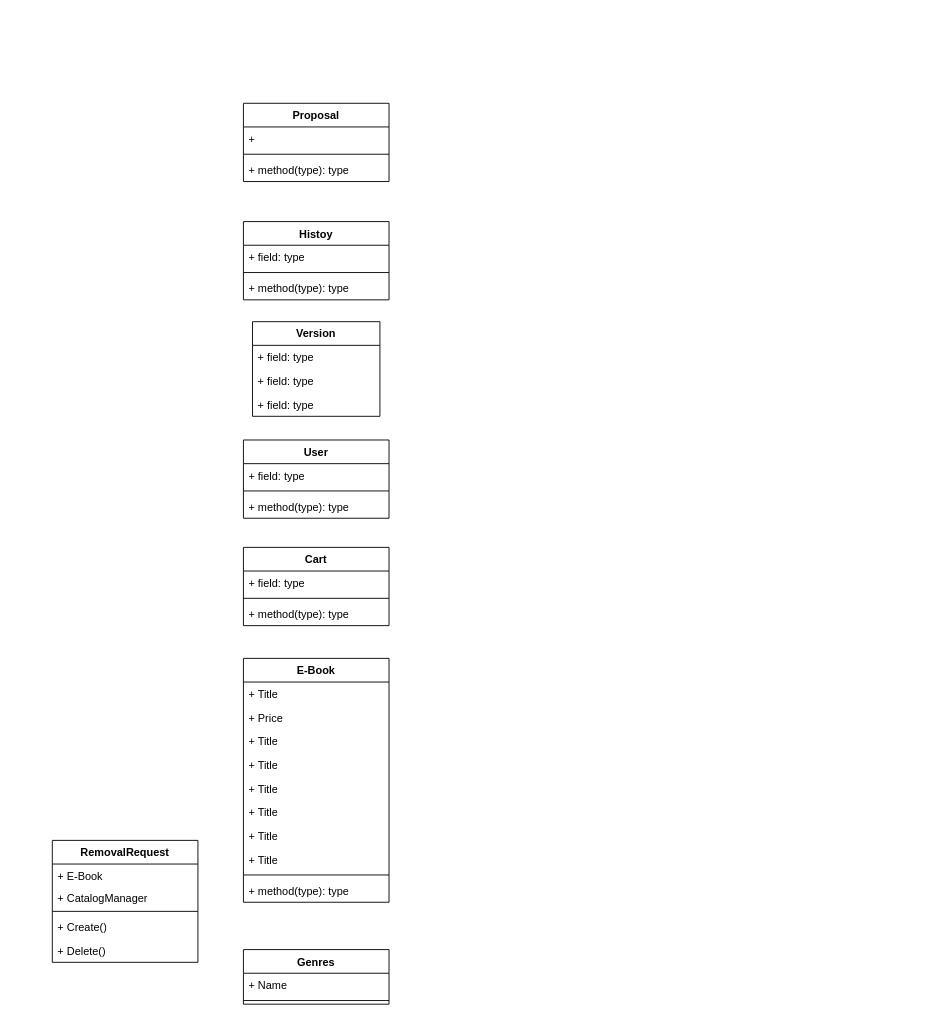
Earlier version of the draw.io diagram Deliverables/ClassDiagram.drawio (Dabi1290/BookVerse). Source tidied: cells renumbered, new cells numbered last; positions are measured from the earlier drawing's top-left corner, leaving out a move shared by most shapes. Both pictures are drawn from the tidied source at 91%, with x=0, y=0 at pixel (52, 103).
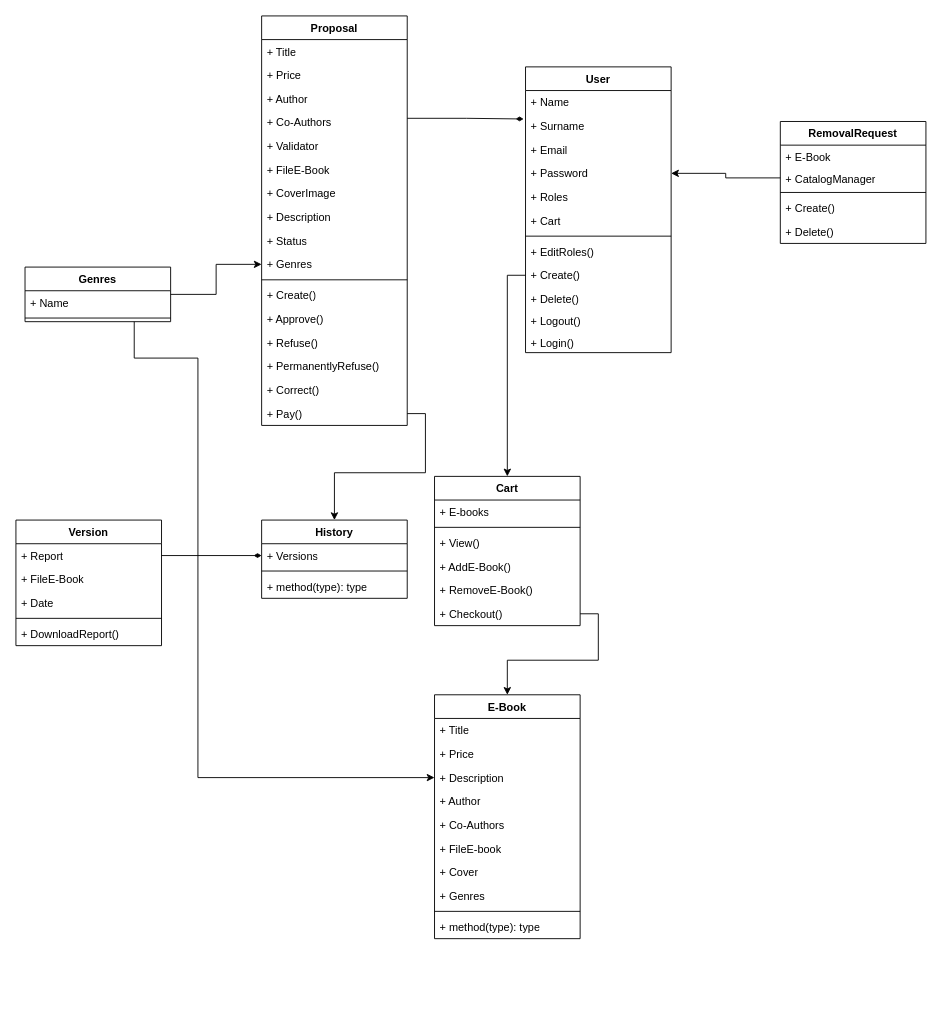
The same page after the edit.

The change refers to these unchanged cells:
```xml
<mxCell id="35" value="+ CatalogManager" style="text;strokeColor=none;fillColor=none;align=left;verticalAlign=top;spacingLeft=4;spacingRight=4;overflow=hidden;points=[[0,0.5],[1,0.5]];portConstraint=eastwest;whiteSpace=wrap;html=1;" parent="33" vertex="1">
  <mxGeometry y="50" width="160" height="24" as="geometry" />
</mxCell>
```

Diff of the diagram source:
```diff
@@
     <mxCell id="2" value="Proposal" style="swimlane;fontStyle=1;align=center;verticalAlign=top;horizontal=1;startSize=26;whiteSpace=wrap;html=1;" parent="1" vertex="1">
-      <mxGeometry x="210" width="160" height="86" as="geometry" />
+      <mxGeometry x="230" y="-96" width="160" height="450" as="geometry" />
     </mxCell>
-    <mxCell id="3" value="+&amp;nbsp;" style="text;strokeColor=none;fillColor=none;align=left;verticalAlign=top;spacingLeft=4;spacingRight=4;overflow=hidden;whiteSpace=wrap;html=1;" parent="2" vertex="1">
+    <mxCell id="3" value="+ Title" style="text;strokeColor=none;fillColor=none;align=left;verticalAlign=top;spacingLeft=4;spacingRight=4;overflow=hidden;whiteSpace=wrap;html=1;" parent="2" vertex="1">
       <mxGeometry y="26" width="160" height="26" as="geometry" />
     </mxCell>
+    <mxCell id="42" value="+ Price" style="text;strokeColor=none;fillColor=none;align=left;verticalAlign=top;spacingLeft=4;spacingRight=4;overflow=hidden;whiteSpace=wrap;html=1;" parent="2" vertex="1">
+      <mxGeometry y="52" width="160" height="26" as="geometry" />
+    </mxCell>
+    <mxCell id="43" value="+ Author" style="text;strokeColor=none;fillColor=none;align=left;verticalAlign=top;spacingLeft=4;spacingRight=4;overflow=hidden;whiteSpace=wrap;html=1;" parent="2" vertex="1">
+      <mxGeometry y="78" width="160" height="26" as="geometry" />
+    </mxCell>
+    <mxCell id="44" value="+ Co-Authors" style="text;strokeColor=none;fillColor=none;align=left;verticalAlign=top;spacingLeft=4;spacingRight=4;overflow=hidden;whiteSpace=wrap;html=1;" parent="2" vertex="1">
+      <mxGeometry y="104" width="160" height="26" as="geometry" />
+    </mxCell>
+    <mxCell id="45" value="+ Validator" style="text;strokeColor=none;fillColor=none;align=left;verticalAlign=top;spacingLeft=4;spacingRight=4;overflow=hidden;whiteSpace=wrap;html=1;" parent="2" vertex="1">
+      <mxGeometry y="130" width="160" height="26" as="geometry" />
+    </mxCell>
+    <mxCell id="46" value="+ FileE-Book" style="text;strokeColor=none;fillColor=none;align=left;verticalAlign=top;spacingLeft=4;spacingRight=4;overflow=hidden;whiteSpace=wrap;html=1;" parent="2" vertex="1">
+      <mxGeometry y="156" width="160" height="26" as="geometry" />
+    </mxCell>
+    <mxCell id="47" value="+ CoverImage" style="text;strokeColor=none;fillColor=none;align=left;verticalAlign=top;spacingLeft=4;spacingRight=4;overflow=hidden;whiteSpace=wrap;html=1;" parent="2" vertex="1">
+      <mxGeometry y="182" width="160" height="26" as="geometry" />
+    </mxCell>
+    <mxCell id="48" value="+ Description" style="text;strokeColor=none;fillColor=none;align=left;verticalAlign=top;spacingLeft=4;spacingRight=4;overflow=hidden;whiteSpace=wrap;html=1;" parent="2" vertex="1">
+      <mxGeometry y="208" width="160" height="26" as="geometry" />
+    </mxCell>
+    <mxCell id="49" value="+ Status" style="text;strokeColor=none;fillColor=none;align=left;verticalAlign=top;spacingLeft=4;spacingRight=4;overflow=hidden;whiteSpace=wrap;html=1;" parent="2" vertex="1">
+      <mxGeometry y="234" width="160" height="26" as="geometry" />
+    </mxCell>
+    <mxCell id="50" value="+ Genres" style="text;strokeColor=none;fillColor=none;align=left;verticalAlign=top;spacingLeft=4;spacingRight=4;overflow=hidden;points=[[0,0.5],[1,0.5]];portConstraint=eastwest;whiteSpace=wrap;html=1;" parent="2" vertex="1">
+      <mxGeometry y="260" width="160" height="26" as="geometry" />
+    </mxCell>
     <mxCell id="4" style="line;strokeWidth=1;fillColor=none;align=left;verticalAlign=middle;spacingTop=-1;spacingLeft=3;spacingRight=3;labelPosition=right;strokeColor=inherit;" parent="2" vertex="1">
-      <mxGeometry y="52" width="160" height="8" as="geometry" />
+      <mxGeometry y="286" width="160" height="8" as="geometry" />
     </mxCell>
-    <mxCell id="5" value="+ method(type): type" style="text;strokeColor=none;fillColor=none;align=left;verticalAlign=top;spacingLeft=4;spacingRight=4;overflow=hidden;whiteSpace=wrap;html=1;" parent="2" vertex="1">
-      <mxGeometry y="60" width="160" height="26" as="geometry" />
-    </mxCell>
+    <mxCell id="51" value="+ Create()" style="text;strokeColor=none;fillColor=none;align=left;verticalAlign=top;spacingLeft=4;spacingRight=4;overflow=hidden;whiteSpace=wrap;html=1;" parent="2" vertex="1">
+      <mxGeometry y="294" width="160" height="26" as="geometry" />
+    </mxCell>
+    <mxCell id="52" value="+ Approve()" style="text;strokeColor=none;fillColor=none;align=left;verticalAlign=top;spacingLeft=4;spacingRight=4;overflow=hidden;whiteSpace=wrap;html=1;" parent="2" vertex="1">
+      <mxGeometry y="320" width="160" height="26" as="geometry" />
+    </mxCell>
+    <mxCell id="53" value="+ Refuse()" style="text;strokeColor=none;fillColor=none;align=left;verticalAlign=top;spacingLeft=4;spacingRight=4;overflow=hidden;whiteSpace=wrap;html=1;" parent="2" vertex="1">
+      <mxGeometry y="346" width="160" height="26" as="geometry" />
+    </mxCell>
+    <mxCell id="54" value="+ PermanentlyRefuse()" style="text;strokeColor=none;fillColor=none;align=left;verticalAlign=top;spacingLeft=4;spacingRight=4;overflow=hidden;whiteSpace=wrap;html=1;" parent="2" vertex="1">
+      <mxGeometry y="372" width="160" height="26" as="geometry" />
+    </mxCell>
+    <mxCell id="55" value="+ Correct()" style="text;strokeColor=none;fillColor=none;align=left;verticalAlign=top;spacingLeft=4;spacingRight=4;overflow=hidden;whiteSpace=wrap;html=1;" parent="2" vertex="1">
+      <mxGeometry y="398" width="160" height="26" as="geometry" />
+    </mxCell>
+    <mxCell id="56" value="+ Pay()" style="text;strokeColor=none;fillColor=none;align=left;verticalAlign=top;spacingLeft=4;spacingRight=4;overflow=hidden;points=[[0,0.5],[1,0.5]];portConstraint=eastwest;whiteSpace=wrap;html=1;" parent="2" vertex="1">
+      <mxGeometry y="424" width="160" height="26" as="geometry" />
+    </mxCell>
-    <mxCell id="6" value="Histoy" style="swimlane;fontStyle=1;align=center;verticalAlign=top;horizontal=1;startSize=26;whiteSpace=wrap;html=1;" parent="1" vertex="1">
-      <mxGeometry x="210" y="130" width="160" height="86" as="geometry" />
+    <mxCell id="6" value="History" style="swimlane;fontStyle=1;align=center;verticalAlign=top;horizontal=1;startSize=26;whiteSpace=wrap;html=1;" parent="1" vertex="1">
+      <mxGeometry x="230" y="458" width="160" height="86" as="geometry" />
     </mxCell>
-    <mxCell id="7" value="+ field: type" style="text;strokeColor=none;fillColor=none;align=left;verticalAlign=top;spacingLeft=4;spacingRight=4;overflow=hidden;points=[[0,0.5],[1,0.5]];portConstraint=eastwest;whiteSpace=wrap;html=1;" parent="6" vertex="1">
+    <mxCell id="7" value="+ Versions" style="text;strokeColor=none;fillColor=none;align=left;verticalAlign=top;spacingLeft=4;spacingRight=4;overflow=hidden;points=[[0,0.5],[1,0.5]];portConstraint=eastwest;whiteSpace=wrap;html=1;" parent="6" vertex="1">
       <mxGeometry y="26" width="160" height="26" as="geometry" />
     </mxCell>
@@
-    <mxCell id="10" value="&lt;b&gt;Version&lt;/b&gt;" style="swimlane;fontStyle=0;horizontal=1;startSize=26;fillColor=none;whiteSpace=wrap;html=1;" parent="1" vertex="1">
-      <mxGeometry x="220" y="240" width="140" height="104" as="geometry" />
-    </mxCell>
-    <mxCell id="11" value="+ field: type" style="text;strokeColor=none;fillColor=none;align=left;verticalAlign=top;spacingLeft=4;spacingRight=4;overflow=hidden;whiteSpace=wrap;html=1;" parent="10" vertex="1">
-      <mxGeometry y="26" width="140" height="26" as="geometry" />
-    </mxCell>
-    <mxCell id="12" value="+ field: type" style="text;strokeColor=none;fillColor=none;align=left;verticalAlign=top;spacingLeft=4;spacingRight=4;overflow=hidden;whiteSpace=wrap;html=1;" parent="10" vertex="1">
-      <mxGeometry y="52" width="140" height="26" as="geometry" />
-    </mxCell>
-    <mxCell id="13" value="+ field: type" style="text;strokeColor=none;fillColor=none;align=left;verticalAlign=top;spacingLeft=4;spacingRight=4;overflow=hidden;whiteSpace=wrap;html=1;" parent="10" vertex="1">
-      <mxGeometry y="78" width="140" height="26" as="geometry" />
-    </mxCell>
-    <mxCell id="14" value="User" style="swimlane;fontStyle=1;align=center;verticalAlign=top;horizontal=1;startSize=26;whiteSpace=wrap;html=1;" parent="1" vertex="1">
-      <mxGeometry x="210" y="370" width="160" height="86" as="geometry" />
-    </mxCell>
-    <mxCell id="15" value="+ field: type" style="text;strokeColor=none;fillColor=none;align=left;verticalAlign=top;spacingLeft=4;spacingRight=4;overflow=hidden;whiteSpace=wrap;html=1;" parent="14" vertex="1">
-      <mxGeometry y="26" width="160" height="26" as="geometry" />
-    </mxCell>
-    <mxCell id="16" style="line;strokeWidth=1;fillColor=none;align=left;verticalAlign=middle;spacingTop=-1;spacingLeft=3;spacingRight=3;labelPosition=right;strokeColor=inherit;" parent="14" vertex="1">
-      <mxGeometry y="52" width="160" height="8" as="geometry" />
-    </mxCell>
-    <mxCell id="17" value="+ method(type): type" style="text;strokeColor=none;fillColor=none;align=left;verticalAlign=top;spacingLeft=4;spacingRight=4;overflow=hidden;whiteSpace=wrap;html=1;" parent="14" vertex="1">
-      <mxGeometry y="60" width="160" height="26" as="geometry" />
-    </mxCell>
     <mxCell id="18" value="Cart" style="swimlane;fontStyle=1;align=center;verticalAlign=top;horizontal=1;startSize=26;whiteSpace=wrap;html=1;" parent="1" vertex="1">
-      <mxGeometry x="210" y="488" width="160" height="86" as="geometry" />
+      <mxGeometry x="420" y="410" width="160" height="164" as="geometry" />
     </mxCell>
-    <mxCell id="19" value="+ field: type" style="text;strokeColor=none;fillColor=none;align=left;verticalAlign=top;spacingLeft=4;spacingRight=4;overflow=hidden;whiteSpace=wrap;html=1;" parent="18" vertex="1">
+    <mxCell id="19" value="+ E-books" style="text;strokeColor=none;fillColor=none;align=left;verticalAlign=top;spacingLeft=4;spacingRight=4;overflow=hidden;whiteSpace=wrap;html=1;" parent="18" vertex="1">
       <mxGeometry y="26" width="160" height="26" as="geometry" />
     </mxCell>
@@
+    <mxCell id="57" value="+ View()" style="text;strokeColor=none;fillColor=none;align=left;verticalAlign=top;spacingLeft=4;spacingRight=4;overflow=hidden;whiteSpace=wrap;html=1;" parent="18" vertex="1">
+      <mxGeometry y="60" width="160" height="26" as="geometry" />
+    </mxCell>
+    <mxCell id="58" value="+ AddE-Book()" style="text;strokeColor=none;fillColor=none;align=left;verticalAlign=top;spacingLeft=4;spacingRight=4;overflow=hidden;whiteSpace=wrap;html=1;" parent="18" vertex="1">
+      <mxGeometry y="86" width="160" height="26" as="geometry" />
+    </mxCell>
+    <mxCell id="59" value="+ RemoveE-Book()" style="text;strokeColor=none;fillColor=none;align=left;verticalAlign=top;spacingLeft=4;spacingRight=4;overflow=hidden;whiteSpace=wrap;html=1;" parent="18" vertex="1">
+      <mxGeometry y="112" width="160" height="26" as="geometry" />
+    </mxCell>
-    <mxCell id="21" value="+ method(type): type" style="text;strokeColor=none;fillColor=none;align=left;verticalAlign=top;spacingLeft=4;spacingRight=4;overflow=hidden;points=[[0,0.5],[1,0.5]];portConstraint=eastwest;whiteSpace=wrap;html=1;" parent="18" vertex="1">
-      <mxGeometry y="60" width="160" height="26" as="geometry" />
+    <mxCell id="21" value="+ Checkout()" style="text;strokeColor=none;fillColor=none;align=left;verticalAlign=top;spacingLeft=4;spacingRight=4;overflow=hidden;points=[[0,0.5],[1,0.5]];portConstraint=eastwest;whiteSpace=wrap;html=1;" parent="18" vertex="1">
+      <mxGeometry y="138" width="160" height="26" as="geometry" />
     </mxCell>
     <mxCell id="22" value="E-Book" style="swimlane;fontStyle=1;align=center;verticalAlign=top;horizontal=1;startSize=26;whiteSpace=wrap;html=1;" parent="1" vertex="1">
-      <mxGeometry x="210" y="610" width="160" height="268" as="geometry" />
+      <mxGeometry x="420" y="650" width="160" height="268" as="geometry" />
     </mxCell>
@@
-    <mxCell id="25" value="+ Title" style="text;strokeColor=none;fillColor=none;align=left;verticalAlign=top;spacingLeft=4;spacingRight=4;overflow=hidden;points=[[0,0.5],[1,0.5]];portConstraint=eastwest;whiteSpace=wrap;html=1;" parent="22" vertex="1">
+    <mxCell id="25" value="+ Description" style="text;strokeColor=none;fillColor=none;align=left;verticalAlign=top;spacingLeft=4;spacingRight=4;overflow=hidden;points=[[0,0.5],[1,0.5]];portConstraint=eastwest;whiteSpace=wrap;html=1;" parent="22" vertex="1">
       <mxGeometry y="78" width="160" height="26" as="geometry" />
     </mxCell>
-    <mxCell id="26" value="+ Title" style="text;strokeColor=none;fillColor=none;align=left;verticalAlign=top;spacingLeft=4;spacingRight=4;overflow=hidden;whiteSpace=wrap;html=1;" parent="22" vertex="1">
+    <mxCell id="26" value="+ Author" style="text;strokeColor=none;fillColor=none;align=left;verticalAlign=top;spacingLeft=4;spacingRight=4;overflow=hidden;whiteSpace=wrap;html=1;" parent="22" vertex="1">
       <mxGeometry y="104" width="160" height="26" as="geometry" />
     </mxCell>
-    <mxCell id="27" value="+ Title" style="text;strokeColor=none;fillColor=none;align=left;verticalAlign=top;spacingLeft=4;spacingRight=4;overflow=hidden;whiteSpace=wrap;html=1;" parent="22" vertex="1">
+    <mxCell id="27" value="+ Co-Authors" style="text;strokeColor=none;fillColor=none;align=left;verticalAlign=top;spacingLeft=4;spacingRight=4;overflow=hidden;whiteSpace=wrap;html=1;" parent="22" vertex="1">
       <mxGeometry y="130" width="160" height="26" as="geometry" />
     </mxCell>
-    <mxCell id="28" value="+ Title" style="text;strokeColor=none;fillColor=none;align=left;verticalAlign=top;spacingLeft=4;spacingRight=4;overflow=hidden;whiteSpace=wrap;html=1;" parent="22" vertex="1">
+    <mxCell id="28" value="+ FileE-book" style="text;strokeColor=none;fillColor=none;align=left;verticalAlign=top;spacingLeft=4;spacingRight=4;overflow=hidden;whiteSpace=wrap;html=1;" parent="22" vertex="1">
       <mxGeometry y="156" width="160" height="26" as="geometry" />
     </mxCell>
-    <mxCell id="29" value="+ Title" style="text;strokeColor=none;fillColor=none;align=left;verticalAlign=top;spacingLeft=4;spacingRight=4;overflow=hidden;whiteSpace=wrap;html=1;" parent="22" vertex="1">
+    <mxCell id="29" value="+ Cover" style="text;strokeColor=none;fillColor=none;align=left;verticalAlign=top;spacingLeft=4;spacingRight=4;overflow=hidden;whiteSpace=wrap;html=1;" parent="22" vertex="1">
       <mxGeometry y="182" width="160" height="26" as="geometry" />
     </mxCell>
-    <mxCell id="30" value="+ Title" style="text;strokeColor=none;fillColor=none;align=left;verticalAlign=top;spacingLeft=4;spacingRight=4;overflow=hidden;whiteSpace=wrap;html=1;" parent="22" vertex="1">
+    <mxCell id="30" value="+ Genres" style="text;strokeColor=none;fillColor=none;align=left;verticalAlign=top;spacingLeft=4;spacingRight=4;overflow=hidden;whiteSpace=wrap;html=1;" parent="22" vertex="1">
       <mxGeometry y="208" width="160" height="26" as="geometry" />
     </mxCell>
@@
     <mxCell id="33" value="RemovalRequest" style="swimlane;fontStyle=1;align=center;verticalAlign=top;horizontal=1;startSize=26;whiteSpace=wrap;html=1;" parent="1" vertex="1">
-      <mxGeometry y="810" width="160" height="134" as="geometry" />
+      <mxGeometry x="800" y="20" width="160" height="134" as="geometry" />
     </mxCell>
@@
+    <mxCell id="60" style="edgeStyle=orthogonalEdgeStyle;rounded=0;jettySize=auto;html=1;exitX=1;exitY=0.5;exitDx=0;exitDy=0;entryX=0;entryY=0.5;entryDx=0;entryDy=0;" parent="1" edge="1" source="39" target="50">
+      <mxGeometry relative="1" as="geometry" />
+    </mxCell>
+    <mxCell id="61" style="edgeStyle=orthogonalEdgeStyle;rounded=0;jettySize=auto;html=1;exitX=0.75;exitY=1;exitDx=0;exitDy=0;entryX=0;entryY=0.5;entryDx=0;entryDy=0;" parent="1" edge="1" source="39" target="25">
+      <mxGeometry relative="1" as="geometry">
+        <Array as="points">
+          <mxPoint x="90" y="280" />
+          <mxPoint x="160" y="280" />
+          <mxPoint x="160" y="741" />
+        </Array>
+      </mxGeometry>
+    </mxCell>
     <mxCell id="39" value="Genres" style="swimlane;fontStyle=1;align=center;verticalAlign=top;horizontal=1;startSize=26;whiteSpace=wrap;html=1;" parent="1" vertex="1">
-      <mxGeometry x="210" y="930" width="160" height="60" as="geometry" />
+      <mxGeometry x="-30" y="180" width="160" height="60" as="geometry" />
     </mxCell>
@@
+    <mxCell id="10" value="Version" style="swimlane;fontStyle=1;align=center;verticalAlign=top;horizontal=1;startSize=26;whiteSpace=wrap;html=1;" parent="1" vertex="1">
+      <mxGeometry x="-40" y="458" width="160" height="138" as="geometry" />
+    </mxCell>
+    <mxCell id="62" value="+ Report" style="text;strokeColor=none;fillColor=none;align=left;verticalAlign=top;spacingLeft=4;spacingRight=4;overflow=hidden;points=[[0,0.5],[1,0.5]];portConstraint=eastwest;whiteSpace=wrap;html=1;" parent="10" vertex="1">
+      <mxGeometry y="26" width="160" height="26" as="geometry" />
+    </mxCell>
+    <mxCell id="63" value="+ FileE-Book" style="text;strokeColor=none;fillColor=none;align=left;verticalAlign=top;spacingLeft=4;spacingRight=4;overflow=hidden;whiteSpace=wrap;html=1;" parent="10" vertex="1">
+      <mxGeometry y="52" width="160" height="26" as="geometry" />
+    </mxCell>
+    <mxCell id="64" value="+ Date" style="text;strokeColor=none;fillColor=none;align=left;verticalAlign=top;spacingLeft=4;spacingRight=4;overflow=hidden;whiteSpace=wrap;html=1;" parent="10" vertex="1">
+      <mxGeometry y="78" width="160" height="26" as="geometry" />
+    </mxCell>
+    <mxCell id="65" style="line;strokeWidth=1;fillColor=none;align=left;verticalAlign=middle;spacingTop=-1;spacingLeft=3;spacingRight=3;labelPosition=right;strokeColor=inherit;" parent="10" vertex="1">
+      <mxGeometry y="104" width="160" height="8" as="geometry" />
+    </mxCell>
+    <mxCell id="66" value="+ DownloadReport()" style="text;strokeColor=none;fillColor=none;align=left;verticalAlign=top;spacingLeft=4;spacingRight=4;overflow=hidden;whiteSpace=wrap;html=1;" parent="10" vertex="1">
+      <mxGeometry y="112" width="160" height="26" as="geometry" />
+    </mxCell>
+    <mxCell id="14" value="User" style="swimlane;fontStyle=1;align=center;verticalAlign=top;horizontal=1;startSize=26;whiteSpace=wrap;html=1;" parent="1" vertex="1">
+      <mxGeometry x="520" y="-40" width="160" height="314" as="geometry" />
+    </mxCell>
+    <mxCell id="67" value="+ Name" style="text;strokeColor=none;fillColor=none;align=left;verticalAlign=top;spacingLeft=4;spacingRight=4;overflow=hidden;whiteSpace=wrap;html=1;" parent="14" vertex="1">
+      <mxGeometry y="26" width="160" height="26" as="geometry" />
+    </mxCell>
+    <mxCell id="68" value="+ Surname" style="text;strokeColor=none;fillColor=none;align=left;verticalAlign=top;spacingLeft=4;spacingRight=4;overflow=hidden;points=[[0,0.5],[1,0.5]];portConstraint=eastwest;whiteSpace=wrap;html=1;" parent="14" vertex="1">
+      <mxGeometry y="52" width="160" height="26" as="geometry" />
+    </mxCell>
+    <mxCell id="69" value="+ Email" style="text;strokeColor=none;fillColor=none;align=left;verticalAlign=top;spacingLeft=4;spacingRight=4;overflow=hidden;whiteSpace=wrap;html=1;" parent="14" vertex="1">
+      <mxGeometry y="78" width="160" height="26" as="geometry" />
+    </mxCell>
+    <mxCell id="70" value="+ Password" style="text;strokeColor=none;fillColor=none;align=left;verticalAlign=top;spacingLeft=4;spacingRight=4;overflow=hidden;points=[[0,0.5],[1,0.5]];portConstraint=eastwest;whiteSpace=wrap;html=1;" parent="14" vertex="1">
+      <mxGeometry y="104" width="160" height="26" as="geometry" />
+    </mxCell>
+    <mxCell id="71" value="+ Roles" style="text;strokeColor=none;fillColor=none;align=left;verticalAlign=top;spacingLeft=4;spacingRight=4;overflow=hidden;whiteSpace=wrap;html=1;" parent="14" vertex="1">
+      <mxGeometry y="130" width="160" height="26" as="geometry" />
+    </mxCell>
+    <mxCell id="15" value="+ Cart" style="text;strokeColor=none;fillColor=none;align=left;verticalAlign=top;spacingLeft=4;spacingRight=4;overflow=hidden;whiteSpace=wrap;html=1;" parent="14" vertex="1">
+      <mxGeometry y="156" width="160" height="26" as="geometry" />
+    </mxCell>
+    <mxCell id="16" style="line;strokeWidth=1;fillColor=none;align=left;verticalAlign=middle;spacingTop=-1;spacingLeft=3;spacingRight=3;labelPosition=right;strokeColor=inherit;" parent="14" vertex="1">
+      <mxGeometry y="182" width="160" height="8" as="geometry" />
+    </mxCell>
+    <mxCell id="17" value="+ EditRoles()" style="text;strokeColor=none;fillColor=none;align=left;verticalAlign=top;spacingLeft=4;spacingRight=4;overflow=hidden;whiteSpace=wrap;html=1;" parent="14" vertex="1">
+      <mxGeometry y="190" width="160" height="26" as="geometry" />
+    </mxCell>
+    <mxCell id="72" value="+ Create()" style="text;strokeColor=none;fillColor=none;align=left;verticalAlign=top;spacingLeft=4;spacingRight=4;overflow=hidden;points=[[0,0.5],[1,0.5]];portConstraint=eastwest;whiteSpace=wrap;html=1;" parent="14" vertex="1">
+      <mxGeometry y="216" width="160" height="26" as="geometry" />
+    </mxCell>
+    <mxCell id="73" value="+ Delete()" style="text;strokeColor=none;fillColor=none;align=left;verticalAlign=top;spacingLeft=4;spacingRight=4;overflow=hidden;whiteSpace=wrap;html=1;" parent="14" vertex="1">
+      <mxGeometry y="242" width="160" height="24" as="geometry" />
+    </mxCell>
+    <mxCell id="74" value="+ Logout()" style="text;strokeColor=none;fillColor=none;align=left;verticalAlign=top;spacingLeft=4;spacingRight=4;overflow=hidden;whiteSpace=wrap;html=1;" parent="14" vertex="1">
+      <mxGeometry y="266" width="160" height="24" as="geometry" />
+    </mxCell>
+    <mxCell id="75" value="+ Login()" style="text;strokeColor=none;fillColor=none;align=left;verticalAlign=top;spacingLeft=4;spacingRight=4;overflow=hidden;whiteSpace=wrap;html=1;" parent="14" vertex="1">
+      <mxGeometry y="290" width="160" height="24" as="geometry" />
+    </mxCell>
+    <mxCell id="76" style="edgeStyle=orthogonalEdgeStyle;rounded=0;jettySize=auto;html=1;entryX=0;entryY=0.5;entryDx=0;entryDy=0;endArrow=diamondThin;endFill=1;exitX=1;exitY=0.5;exitDx=0;exitDy=0;" parent="1" edge="1" source="62" target="7">
+      <mxGeometry relative="1" as="geometry" />
+    </mxCell>
+    <mxCell id="77" style="edgeStyle=orthogonalEdgeStyle;rounded=0;jettySize=auto;html=1;exitX=1;exitY=0.25;exitDx=0;exitDy=0;entryX=-0.013;entryY=0.202;entryDx=0;entryDy=0;entryPerimeter=0;endArrow=diamondThin;endFill=1;" parent="1" edge="1" source="2" target="68">
+      <mxGeometry relative="1" as="geometry" />
+    </mxCell>
+    <mxCell id="78" style="edgeStyle=orthogonalEdgeStyle;rounded=0;jettySize=auto;html=1;exitX=1;exitY=0.5;exitDx=0;exitDy=0;entryX=0.5;entryY=0;entryDx=0;entryDy=0;" parent="1" edge="1" source="56" target="6">
+      <mxGeometry relative="1" as="geometry" />
+    </mxCell>
+    <mxCell id="79" style="edgeStyle=orthogonalEdgeStyle;rounded=0;jettySize=auto;html=1;exitX=0;exitY=0.5;exitDx=0;exitDy=0;entryX=0.5;entryY=0;entryDx=0;entryDy=0;" parent="1" edge="1" source="72" target="18">
+      <mxGeometry relative="1" as="geometry" />
+    </mxCell>
+    <mxCell id="80" style="edgeStyle=orthogonalEdgeStyle;rounded=0;jettySize=auto;html=1;exitX=1;exitY=0.5;exitDx=0;exitDy=0;entryX=0.5;entryY=0;entryDx=0;entryDy=0;" parent="1" edge="1" source="21" target="22">
+      <mxGeometry relative="1" as="geometry" />
+    </mxCell>
+    <mxCell id="81" style="edgeStyle=orthogonalEdgeStyle;rounded=0;jettySize=auto;html=1;exitX=0;exitY=0.5;exitDx=0;exitDy=0;entryX=1;entryY=0.5;entryDx=0;entryDy=0;" parent="1" edge="1" source="35" target="70">
+      <mxGeometry relative="1" as="geometry" />
+    </mxCell>
```
